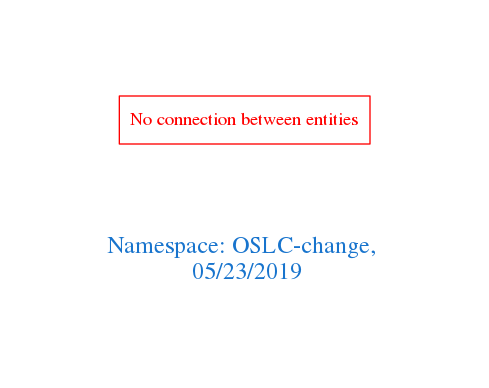
arago/OGIT keeps this Graphviz diagram as downloads/OSLC-change.png. Above is the earlier version. Its source is kept beside it as downloads/OSLC-change.dot.
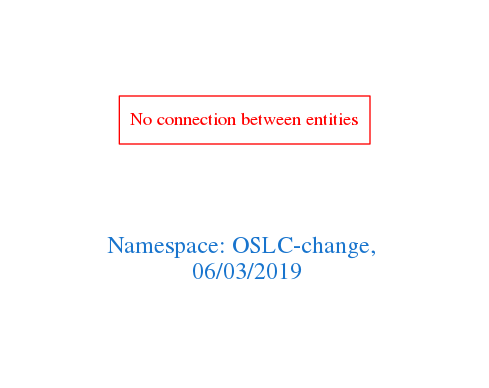
Above is the later version.

The edit, as a diff of the source:
```diff
@@ -1,7 +1,7 @@
 digraph OGIT_ontology {
  graph [ rankdir= LR,pad=1
 fontsize = 18,
-fontcolor= dodgerblue3,label = "\n\n\nNamespace: OSLC-change, \n 05/23/2019"];
+fontcolor= dodgerblue3,label = "\n\n\nNamespace: OSLC-change, \n 06/03/2019"];
 node[shape=polygon];
 edge [  color="gray81"];
 
```
